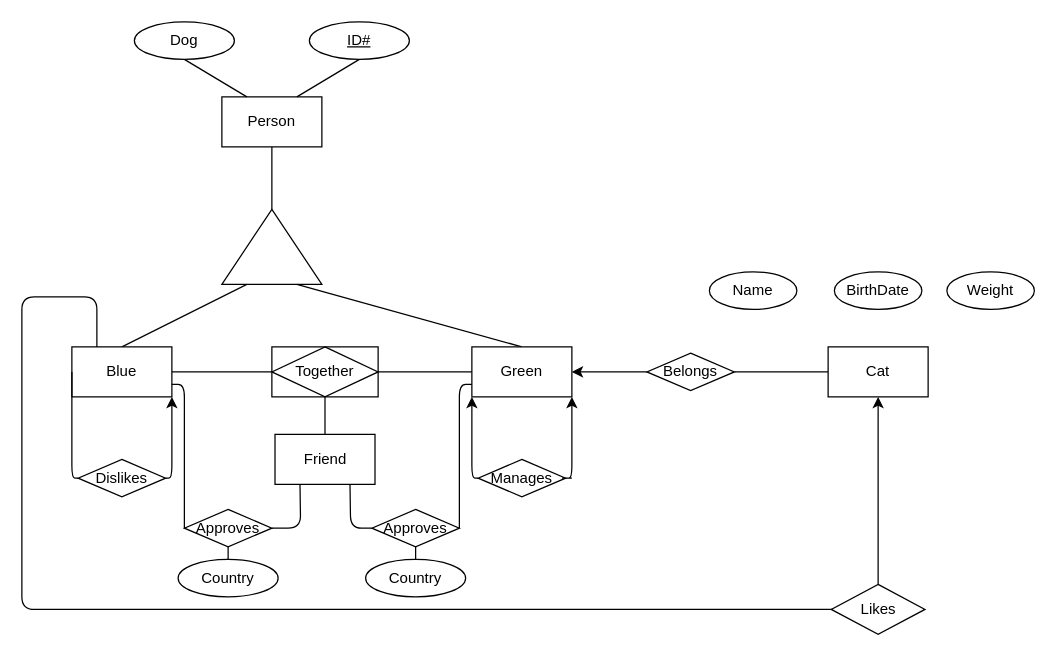
Before: Untitled Diagram.drawio in mrwrongwrongwrong/Computer-Science, a draw.io diagram. Source tidied: cells renumbered, new cells numbered last; positions are measured from the earlier drawing's top-left corner, leaving out a move shared by most shapes. Both pictures are drawn from the tidied source at 125%, with x=0, y=0 at pixel (21, 21).
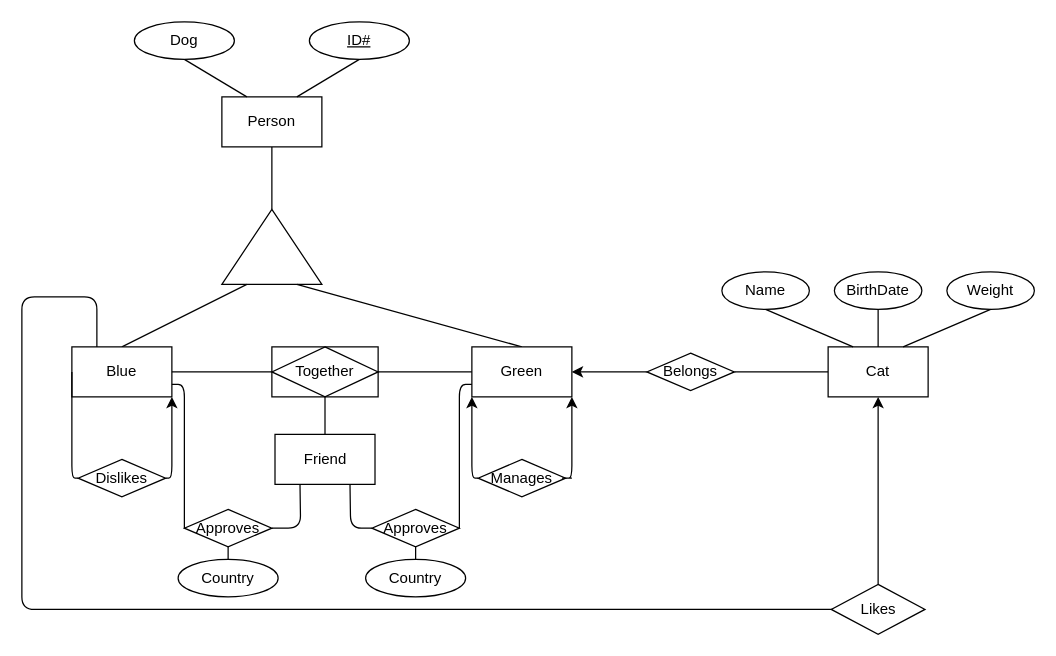
Above is the later version.

The change refers to these unchanged cells:
```xml
<mxCell id="25" value="Cat" style="rounded=0;whiteSpace=wrap;html=1;" parent="1" vertex="1">
  <mxGeometry x="645" y="260" width="80" height="40" as="geometry" />
</mxCell>
<mxCell id="43" value="BirthDate" style="ellipse;whiteSpace=wrap;html=1;" parent="1" vertex="1">
  <mxGeometry x="650" y="200" width="70" height="30" as="geometry" />
</mxCell>
<mxCell id="44" value="Weight" style="ellipse;whiteSpace=wrap;html=1;" parent="1" vertex="1">
  <mxGeometry x="740" y="200" width="70" height="30" as="geometry" />
</mxCell>
```

What changed in the source:
```diff
@@
     <mxCell id="42" value="Name" style="ellipse;whiteSpace=wrap;html=1;" parent="1" vertex="1">
-      <mxGeometry x="550" y="200" width="70" height="30" as="geometry" />
+      <mxGeometry x="560" y="200" width="70" height="30" as="geometry" />
     </mxCell>
@@
+    <mxCell id="45" style="endArrow=none;html=1;entryX=0.5;entryY=1;entryDx=0;entryDy=0;exitX=0.25;exitY=0;exitDx=0;exitDy=0;" parent="1" edge="1" source="25" target="42">
+      <mxGeometry relative="1" as="geometry" />
+    </mxCell>
+    <mxCell id="46" style="endArrow=none;html=1;entryX=0.5;entryY=1;entryDx=0;entryDy=0;exitX=0.5;exitY=0;exitDx=0;exitDy=0;" parent="1" edge="1" source="25" target="43">
+      <mxGeometry relative="1" as="geometry" />
+    </mxCell>
+    <mxCell id="47" style="endArrow=none;html=1;entryX=0.5;entryY=1;entryDx=0;entryDy=0;exitX=0.75;exitY=0;exitDx=0;exitDy=0;" parent="1" edge="1" source="25" target="44">
+      <mxGeometry relative="1" as="geometry" />
+    </mxCell>
```
